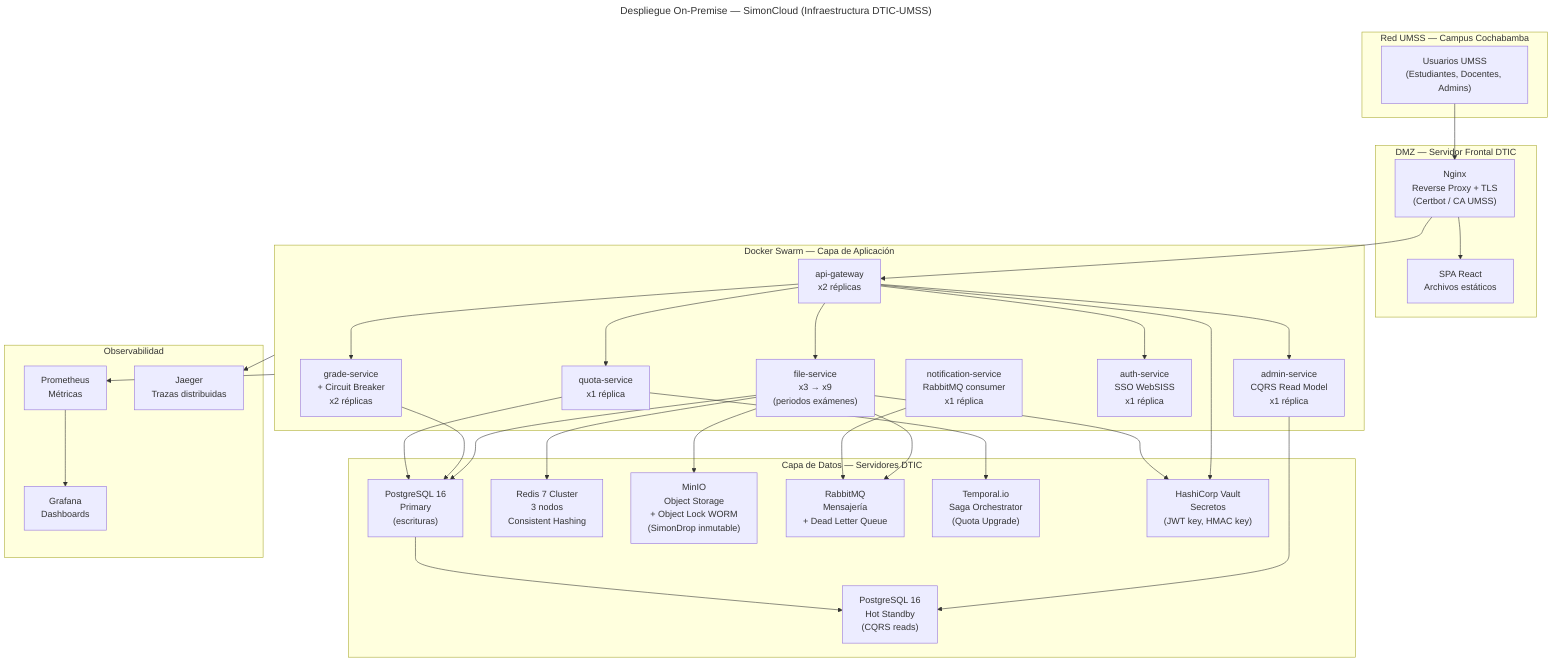
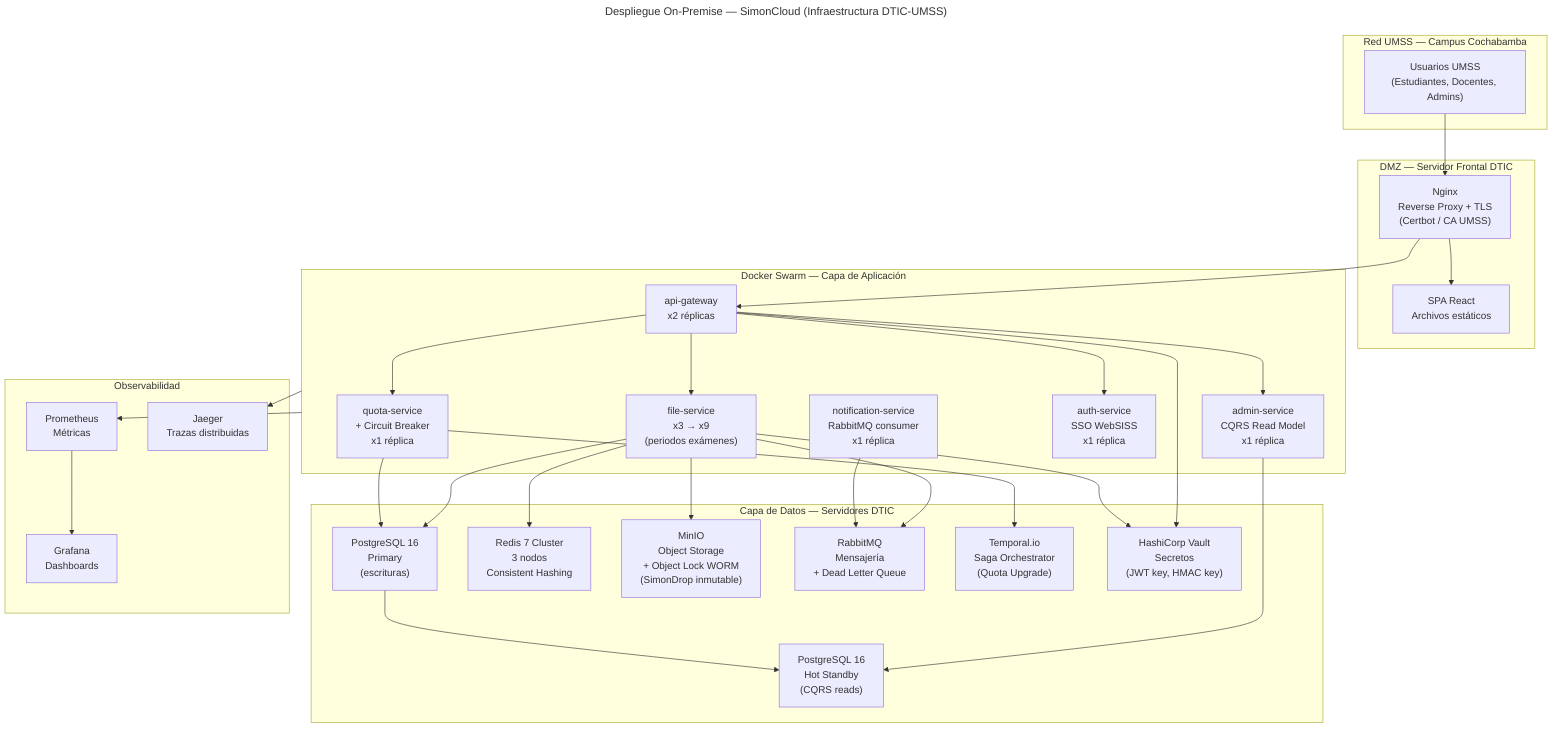
---
title: "Despliegue On-Premise — SimonCloud (Infraestructura DTIC-UMSS)"
---
flowchart TD
    subgraph Campus["Red UMSS — Campus Cochabamba"]
        Users["Usuarios UMSS\n(Estudiantes, Docentes, Admins)"]
    end

    subgraph DMZ["DMZ — Servidor Frontal DTIC"]
        Nginx["Nginx\nReverse Proxy + TLS\n(Certbot / CA UMSS)"]
        SPA["SPA React\nArchivos estáticos"]
    end

    subgraph Swarm["Docker Swarm — Capa de Aplicación"]
        GW_T["api-gateway\nx2 réplicas"]
        FS_T["file-service\nx3 → x9\n(periodos exámenes)"]
-         GS_T["grade-service\n+ Circuit Breaker\nx2 réplicas"]
-         QS_T["quota-service\nx1 réplica"]
+         QS_T["quota-service\n+ Circuit Breaker\nx1 réplica"]
        NS_T["notification-service\nRabbitMQ consumer\nx1 réplica"]
        AS_T["auth-service\nSSO WebSISS\nx1 réplica"]
        ADM_T["admin-service\nCQRS Read Model\nx1 réplica"]
    end

    subgraph Data["Capa de Datos — Servidores DTIC"]
        PG_P["PostgreSQL 16\nPrimary\n(escrituras)"]
        PG_R["PostgreSQL 16\nHot Standby\n(CQRS reads)"]
        REDIS["Redis 7 Cluster\n3 nodos\nConsistent Hashing"]
        MINIO["MinIO\nObject Storage\n+ Object Lock WORM\n(SimonDrop inmutable)"]
        RABBIT["RabbitMQ\nMensajería\n+ Dead Letter Queue"]
        TEMPORAL["Temporal.io\nSaga Orchestrator\n(Quota Upgrade)"]
        VAULT["HashiCorp Vault\nSecretos\n(JWT key, HMAC key)"]
    end

    subgraph Obs["Observabilidad"]
        PROM["Prometheus\nMétricas"]
        GRAFANA["Grafana\nDashboards"]
        JAEGER["Jaeger\nTrazas distribuidas"]
    end

    Users --> Nginx
    Nginx --> SPA
    Nginx --> GW_T
    GW_T --> FS_T
-     GW_T --> GS_T
    GW_T --> QS_T
    GW_T --> AS_T
    GW_T --> ADM_T
    GW_T --> VAULT
    FS_T --> PG_P
    FS_T --> REDIS
    FS_T --> MINIO
    FS_T --> RABBIT
    FS_T --> VAULT
-     GS_T --> PG_P
    QS_T --> PG_P
    QS_T --> TEMPORAL
    NS_T --> RABBIT
    ADM_T --> PG_R
    PG_P --> PG_R
    Swarm --> PROM
    PROM --> GRAFANA
    Swarm --> JAEGER
